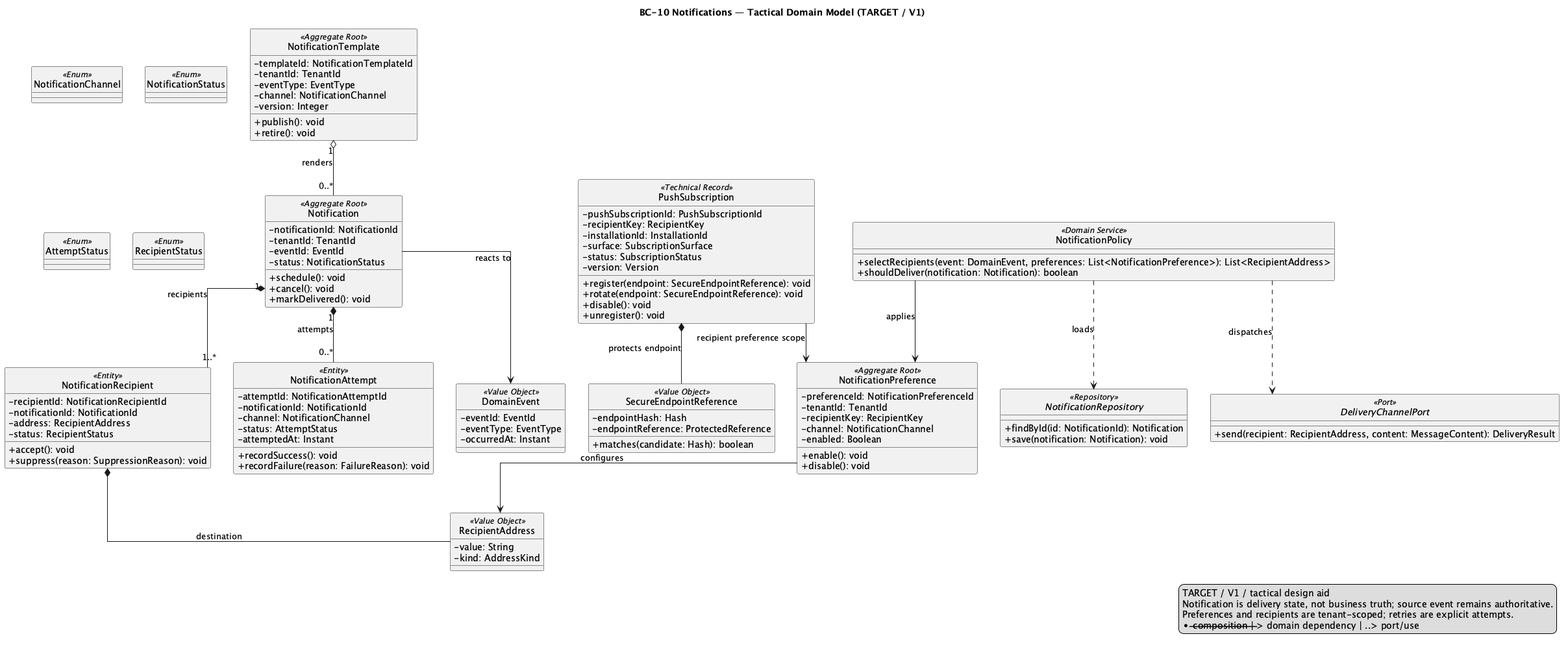
Above: 01-shared/domain/bounded-contexts/BC-10-notifications/diagrams/BC10_Notifications.png in nexa-suite/blueprint (PlantUML), before the change.
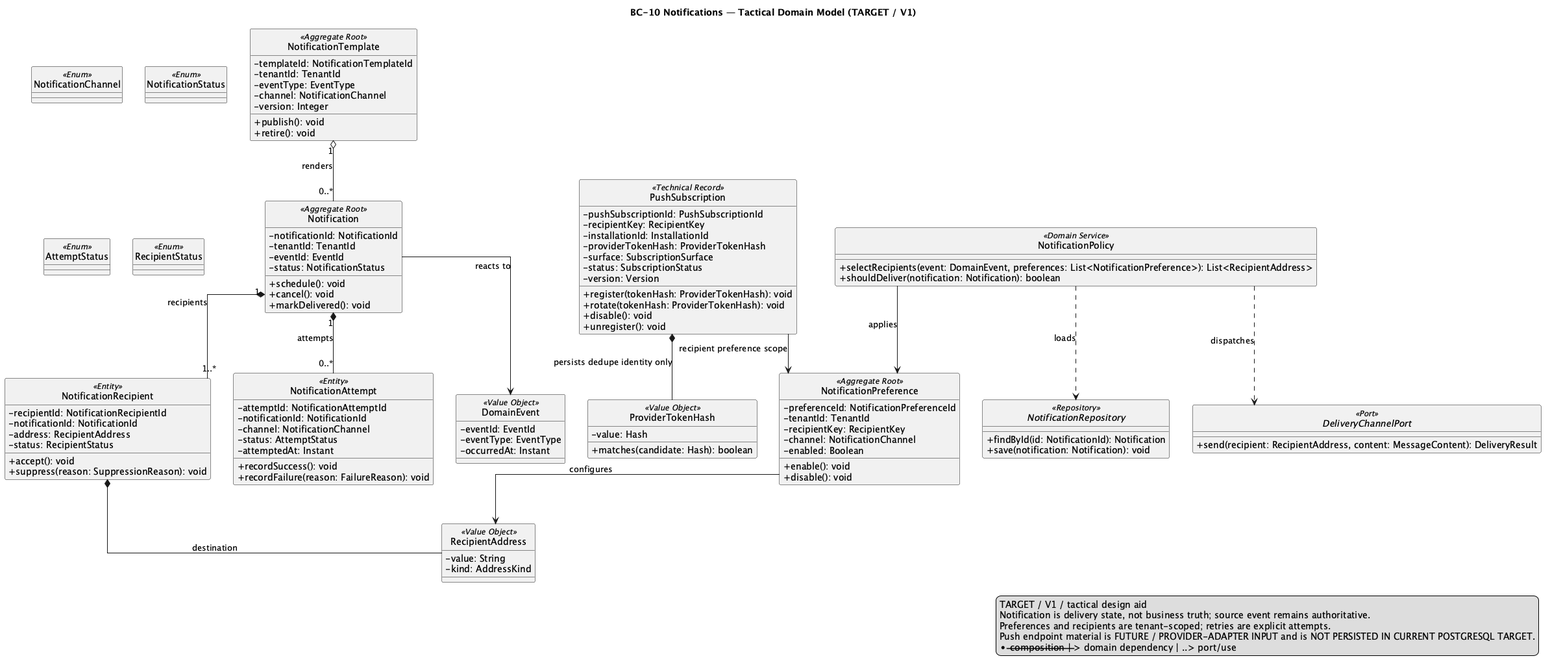
Later version of the same file.

Diff of the diagram source:
```diff
@@ -58,11 +58,12 @@
   -pushSubscriptionId: PushSubscriptionId
   -recipientKey: RecipientKey
   -installationId: InstallationId
+  -providerTokenHash: ProviderTokenHash
   -surface: SubscriptionSurface
   -status: SubscriptionStatus
   -version: Version
-  +register(endpoint: SecureEndpointReference): void
-  +rotate(endpoint: SecureEndpointReference): void
+  +register(tokenHash: ProviderTokenHash): void
+  +rotate(tokenHash: ProviderTokenHash): void
   +disable(): void
   +unregister(): void
 }
@@ -77,9 +78,8 @@
   -kind: AddressKind
 }
 
-class SecureEndpointReference <<Value Object>> {
-  -endpointHash: Hash
-  -endpointReference: ProtectedReference
+class ProviderTokenHash <<Value Object>> {
+  -value: Hash
   +matches(candidate: Hash): boolean
 }
 
@@ -106,7 +106,7 @@
 NotificationTemplate "1" o-- "0..*" Notification : renders
 Notification "1" *-- "1..*" NotificationRecipient : recipients
 Notification "1" *-- "0..*" NotificationAttempt : attempts
-PushSubscription *-- SecureEndpointReference : protects endpoint
+PushSubscription *-- ProviderTokenHash : persists dedupe identity only
 PushSubscription --> NotificationPreference : recipient preference scope
 NotificationRecipient *-- RecipientAddress : destination
 Notification --> DomainEvent : reacts to
@@ -119,6 +119,7 @@
 TARGET / V1 / tactical design aid
 Notification is delivery state, not business truth; source event remains authoritative.
 Preferences and recipients are tenant-scoped; retries are explicit attempts.
+Push endpoint material is FUTURE / PROVIDER-ADAPTER INPUT and is NOT PERSISTED IN CURRENT POSTGRESQL TARGET.
 *-- composition | --> domain dependency | ..> port/use
 endlegend
 @enduml
```
